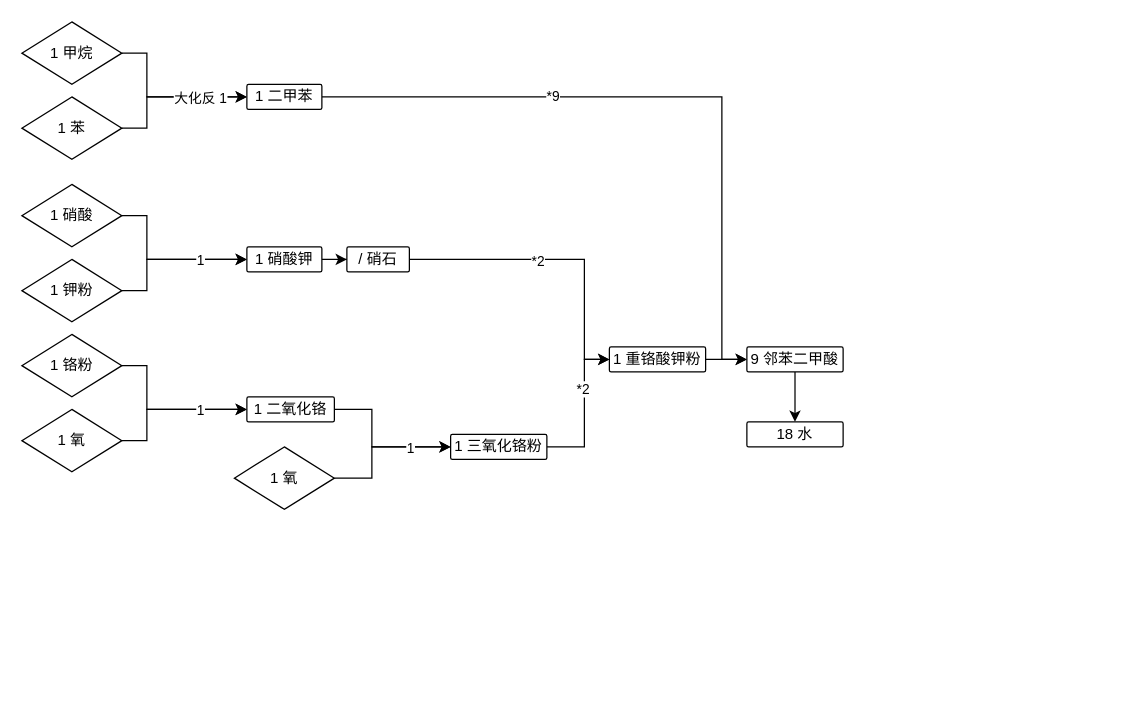
This is 聚苯并咪唑.drawio from ShirasawaSama/GTNH, a draw.io file, before an edit. Source tidied: cells renumbered, new cells numbered last; positions are measured from the earlier drawing's top-left corner, leaving out a move shared by most shapes. Both pictures are drawn from the tidied source at 125%, with x=0, y=0 at pixel (21, 21).
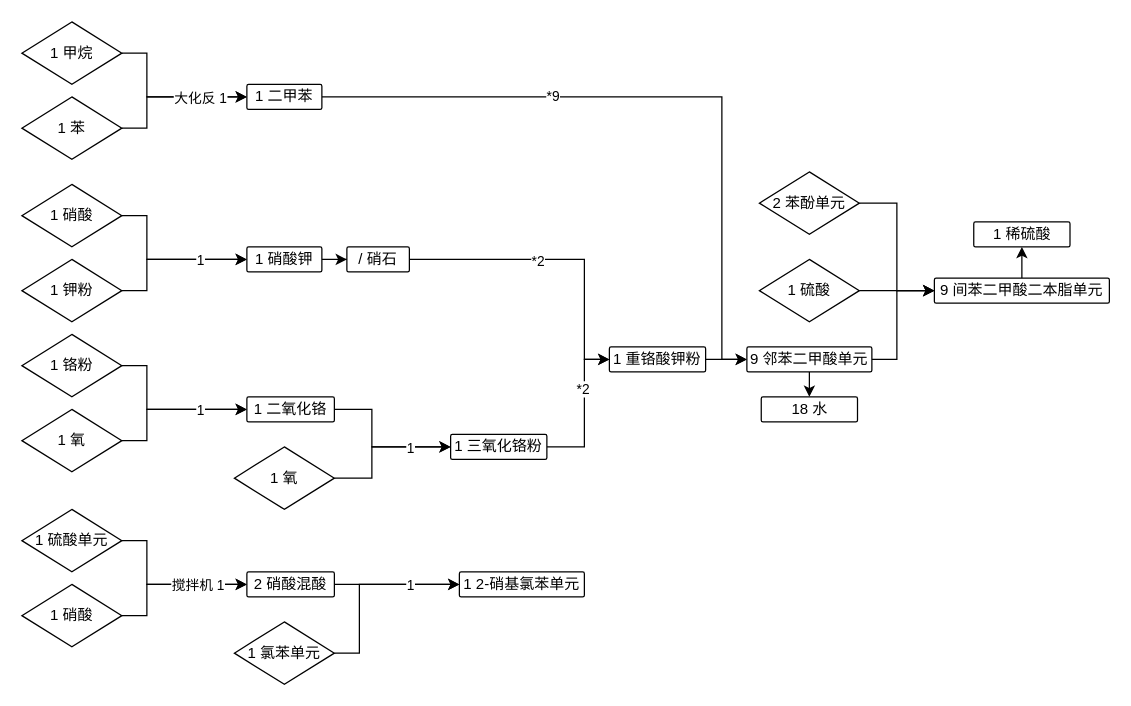
The same diagram, later.

Commit message (it also covers changes not shown here):
更新聚苯并咪唑.drawio

What changed in the source:
```diff
@@
+    <mxCell id="38" style="edgeStyle=orthogonalEdgeStyle;rounded=0;jettySize=auto;html=1;entryX=0;entryY=0.5;entryDx=0;entryDy=0;" parent="1" edge="1" source="36" target="44">
+      <mxGeometry relative="1" as="geometry">
+        <Array as="points">
+          <mxPoint x="700" y="270" />
+          <mxPoint x="700" y="215" />
+        </Array>
+      </mxGeometry>
+    </mxCell>
-    <mxCell id="36" value="9 邻苯二甲酸" style="rounded=1;whiteSpace=wrap;html=1;arcSize=7;" parent="1" vertex="1">
-      <mxGeometry x="580" y="260" width="77" height="20" as="geometry" />
+    <mxCell id="36" value="9 邻苯二甲酸单元" style="rounded=1;whiteSpace=wrap;html=1;arcSize=7;" parent="1" vertex="1">
+      <mxGeometry x="580" y="260" width="100" height="20" as="geometry" />
     </mxCell>
     <mxCell id="37" value="18 水" style="rounded=1;whiteSpace=wrap;html=1;arcSize=7;" parent="1" vertex="1">
-      <mxGeometry x="580" y="320" width="77" height="20" as="geometry" />
+      <mxGeometry x="591.5" y="300" width="77" height="20" as="geometry" />
     </mxCell>
+    <mxCell id="39" style="edgeStyle=orthogonalEdgeStyle;rounded=0;jettySize=auto;html=1;entryX=0;entryY=0.5;entryDx=0;entryDy=0;" parent="1" edge="1" source="40" target="44">
+      <mxGeometry relative="1" as="geometry" />
+    </mxCell>
+    <mxCell id="40" value="1 硫酸" style="rhombus;whiteSpace=wrap;html=1;" parent="1" vertex="1">
+      <mxGeometry x="590" y="190" width="80" height="50" as="geometry" />
+    </mxCell>
+    <mxCell id="41" style="edgeStyle=orthogonalEdgeStyle;rounded=0;jettySize=auto;html=1;entryX=0;entryY=0.5;entryDx=0;entryDy=0;" parent="1" edge="1" source="42" target="44">
+      <mxGeometry relative="1" as="geometry">
+        <Array as="points">
+          <mxPoint x="700" y="145" />
+          <mxPoint x="700" y="215" />
+        </Array>
+      </mxGeometry>
+    </mxCell>
+    <mxCell id="42" value="2 苯酚单元" style="rhombus;whiteSpace=wrap;html=1;" parent="1" vertex="1">
+      <mxGeometry x="590" y="120" width="80" height="50" as="geometry" />
+    </mxCell>
+    <mxCell id="43" style="edgeStyle=orthogonalEdgeStyle;rounded=0;jettySize=auto;html=1;entryX=0.5;entryY=1;entryDx=0;entryDy=0;" parent="1" edge="1" source="44" target="45">
+      <mxGeometry relative="1" as="geometry" />
+    </mxCell>
+    <mxCell id="44" value="9 间苯二甲酸二本脂单元" style="rounded=1;whiteSpace=wrap;html=1;arcSize=7;" parent="1" vertex="1">
+      <mxGeometry x="730" y="205" width="140" height="20" as="geometry" />
+    </mxCell>
+    <mxCell id="45" value="1 稀硫酸" style="rounded=1;whiteSpace=wrap;html=1;arcSize=7;" parent="1" vertex="1">
+      <mxGeometry x="761.5" y="160" width="77" height="20" as="geometry" />
+    </mxCell>
+    <mxCell id="46" style="edgeStyle=orthogonalEdgeStyle;rounded=0;jettySize=auto;html=1;entryX=0;entryY=0.5;entryDx=0;entryDy=0;" parent="1" edge="1" source="47" target="52">
+      <mxGeometry relative="1" as="geometry">
+        <Array as="points">
+          <mxPoint x="100" y="415" />
+          <mxPoint x="100" y="450" />
+        </Array>
+      </mxGeometry>
+    </mxCell>
+    <mxCell id="47" value="1 硫酸单元" style="rhombus;whiteSpace=wrap;html=1;" parent="1" vertex="1">
+      <mxGeometry y="390" width="80" height="50" as="geometry" />
+    </mxCell>
+    <mxCell id="48" style="edgeStyle=orthogonalEdgeStyle;rounded=0;jettySize=auto;html=1;entryX=0;entryY=0.5;entryDx=0;entryDy=0;" parent="1" edge="1" source="50" target="52">
+      <mxGeometry relative="1" as="geometry">
+        <Array as="points">
+          <mxPoint x="100" y="475" />
+          <mxPoint x="100" y="450" />
+        </Array>
+      </mxGeometry>
+    </mxCell>
+    <mxCell id="49" value="搅拌机 1" style="edgeLabel;html=1;align=center;verticalAlign=middle;" parent="48" vertex="1">
+      <mxGeometry x="0.15" y="-2" relative="1" as="geometry">
+        <mxPoint x="13" y="-2" as="offset" />
+      </mxGeometry>
+    </mxCell>
+    <mxCell id="50" value="1 硝酸" style="rhombus;whiteSpace=wrap;html=1;" parent="1" vertex="1">
+      <mxGeometry y="450" width="80" height="50" as="geometry" />
+    </mxCell>
+    <mxCell id="51" style="edgeStyle=orthogonalEdgeStyle;rounded=0;jettySize=auto;html=1;entryX=0;entryY=0.5;entryDx=0;entryDy=0;" parent="1" edge="1" source="52" target="53">
+      <mxGeometry relative="1" as="geometry" />
+    </mxCell>
+    <mxCell id="52" value="2 硝酸混酸" style="rounded=1;whiteSpace=wrap;html=1;arcSize=7;" parent="1" vertex="1">
+      <mxGeometry x="180" y="440" width="70" height="20" as="geometry" />
+    </mxCell>
+    <mxCell id="53" value="1 2-硝基氯苯单元" style="rounded=1;whiteSpace=wrap;html=1;arcSize=7;" parent="1" vertex="1">
+      <mxGeometry x="350" y="440" width="100" height="20" as="geometry" />
+    </mxCell>
+    <mxCell id="54" style="edgeStyle=orthogonalEdgeStyle;rounded=0;jettySize=auto;html=1;entryX=0;entryY=0.5;entryDx=0;entryDy=0;" parent="1" edge="1" source="56" target="53">
+      <mxGeometry relative="1" as="geometry">
+        <Array as="points">
+          <mxPoint x="270" y="505" />
+          <mxPoint x="270" y="450" />
+        </Array>
+      </mxGeometry>
+    </mxCell>
+    <mxCell id="55" value="1" style="edgeLabel;html=1;align=center;verticalAlign=middle;" parent="54" vertex="1">
+      <mxGeometry x="0.27" relative="1" as="geometry">
+        <mxPoint x="17" as="offset" />
+      </mxGeometry>
+    </mxCell>
+    <mxCell id="56" value="1 氯苯单元" style="rhombus;whiteSpace=wrap;html=1;" parent="1" vertex="1">
+      <mxGeometry x="170" y="480" width="80" height="50" as="geometry" />
+    </mxCell>
```
